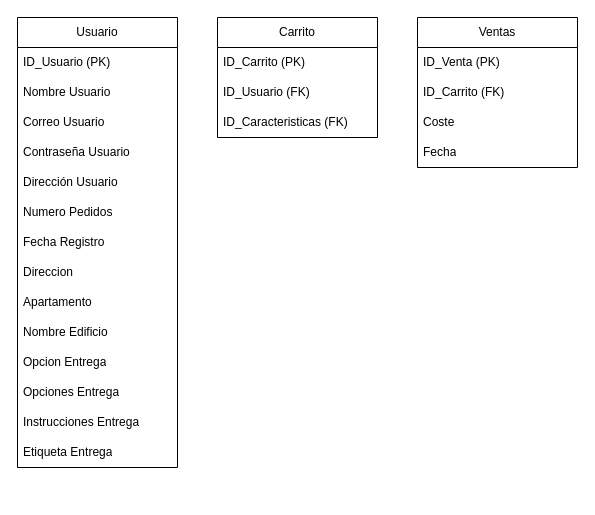
The draw.io diagram page "Tabla" (2 of 2) of BBDDTFG.drawio in meeeww/tfg_server, before the edit. Source tidied: cells renumbered, new cells numbered last; positions are measured from the earlier drawing's top-left corner, leaving out a move shared by most shapes. Both pictures are drawn from the tidied source at 100%, with x=0, y=0 at pixel (17, 17).
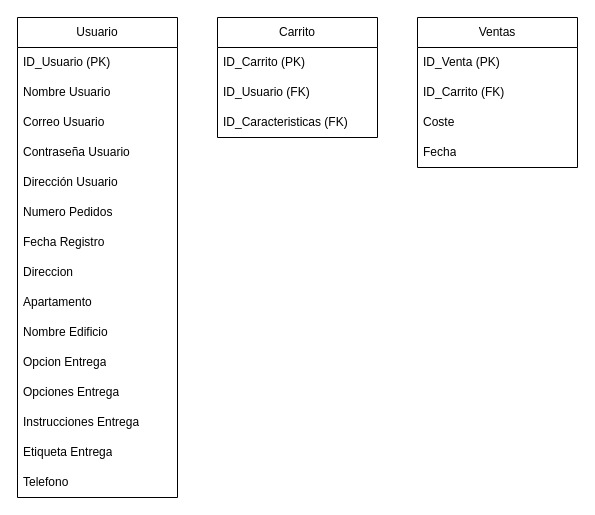
After the change.

Change to the diagram source:
```diff
@@
     <mxCell id="2" value="Usuario" style="swimlane;fontStyle=0;horizontal=1;startSize=30;whiteSpace=wrap;html=1;" parent="1" vertex="1">
-      <mxGeometry width="160" height="450" as="geometry" />
+      <mxGeometry width="160" height="480" as="geometry" />
     </mxCell>
@@
+    <mxCell id="26" value="Telefono" style="text;strokeColor=none;fillColor=none;align=left;verticalAlign=middle;spacingLeft=4;spacingRight=4;overflow=hidden;whiteSpace=wrap;html=1;" parent="2" vertex="1">
+      <mxGeometry y="450" width="160" height="30" as="geometry" />
+    </mxCell>
```
